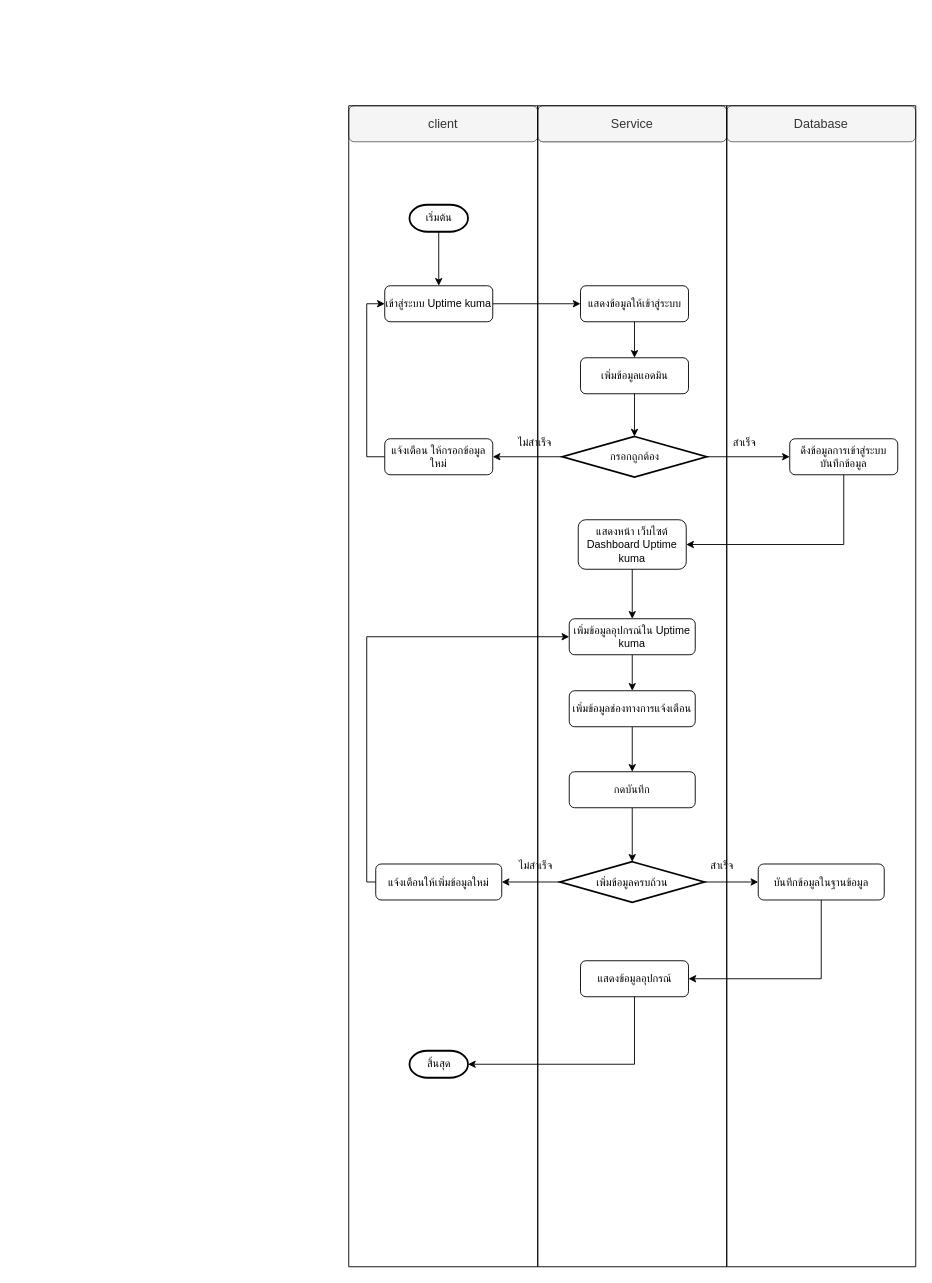
Monaphat374/Sequence_project374 keeps this draw.io diagram as page "flowchart-01" (11 of 12) of Diagram.drawio. Above is the earlier version. Source tidied: cells renumbered, new cells numbered last; positions are measured from the earlier drawing's top-left corner, leaving out a move shared by most shapes. Both pictures are drawn from the tidied source at 90%, with x=0, y=0 at pixel (348, 105).
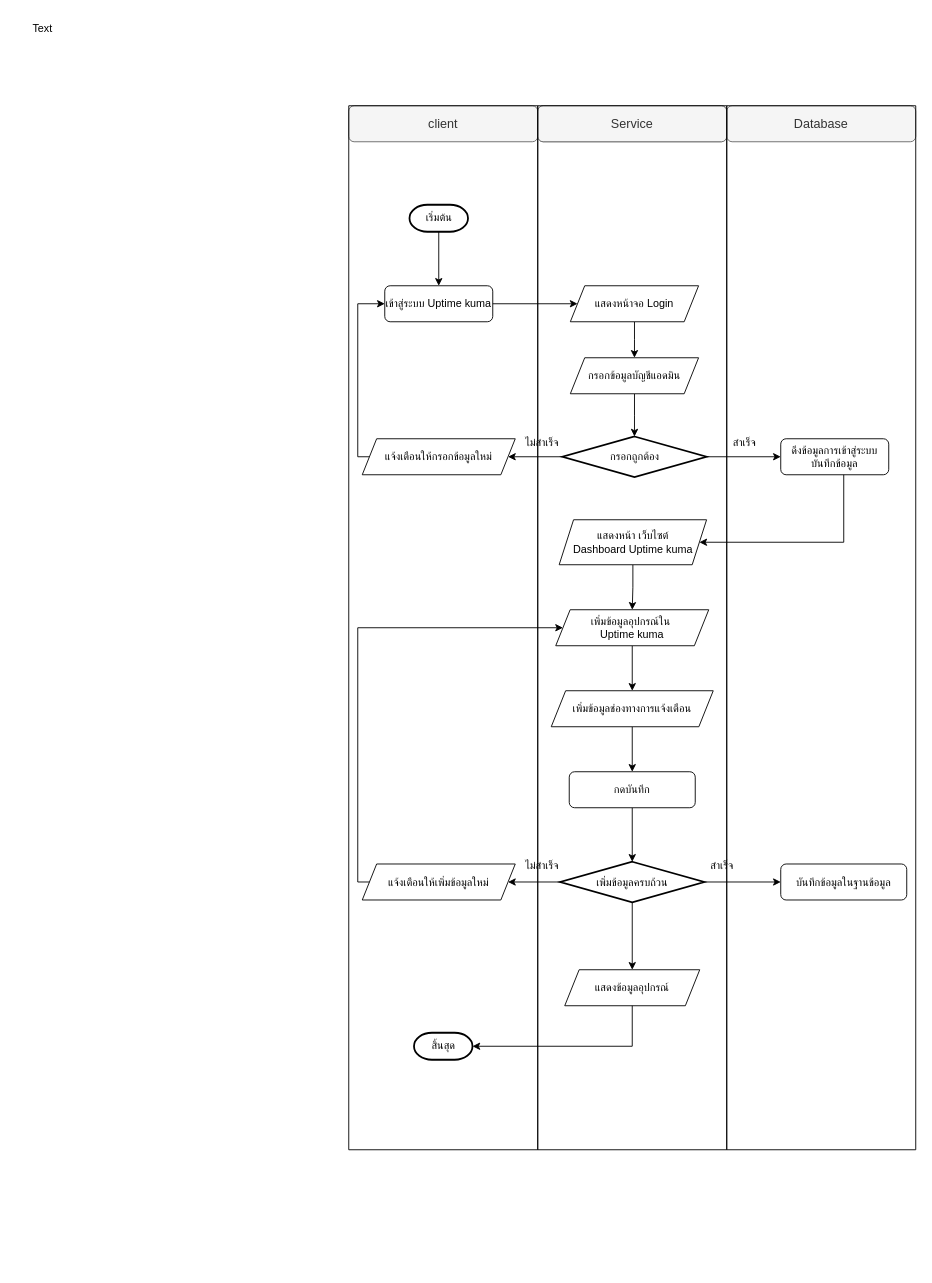
The same diagram, later.

Unchanged cells that the change refers to:
```xml
<mxCell id="9" value="กรอกถูกต้อง" style="strokeWidth=2;html=1;shape=mxgraph.flowchart.decision;whiteSpace=wrap;" parent="6" vertex="1">
  <mxGeometry x="27.5" y="367.5" width="160" height="45" as="geometry" />
</mxCell>
<mxCell id="36" value="เข้าสู่ระบบ Uptime kuma" style="rounded=1;whiteSpace=wrap;html=1;" parent="31" vertex="1">
  <mxGeometry x="40" y="200" width="120" height="40" as="geometry" />
</mxCell>
```

What changed in the source:
```diff
@@
     <mxCell id="6" style="swimlane;startSize=0;strokeColor=light-dark(#000000,#000000);" parent="1" vertex="1">
-      <mxGeometry x="210" width="210" height="1290" as="geometry" />
+      <mxGeometry x="210" width="210" height="1160" as="geometry" />
     </mxCell>
-    <mxCell id="7" style="edgeStyle=orthogonalEdgeStyle;rounded=0;jettySize=auto;html=1;entryX=0.5;entryY=0;entryDx=0;entryDy=0;" parent="6" edge="1" source="8" target="15">
-      <mxGeometry relative="1" as="geometry" />
-    </mxCell>
-    <mxCell id="8" value="แสดงข้อมูลให้เข้าสู่ระบบ" style="rounded=1;whiteSpace=wrap;html=1;" parent="6" vertex="1">
-      <mxGeometry x="47.5" y="200" width="120" height="40" as="geometry" />
-    </mxCell>
@@
-    <mxCell id="10" value="แสดงข้อมูลอุปกรณ์" style="rounded=1;whiteSpace=wrap;html=1;" parent="6" vertex="1">
-      <mxGeometry x="47.5" y="950" width="120" height="40" as="geometry" />
-    </mxCell>
-    <mxCell id="11" value="แสดงหน้า เว็บไซต์&lt;div&gt;Dashboard Uptime kuma&lt;/div&gt;" style="rounded=1;whiteSpace=wrap;html=1;" parent="6" vertex="1">
-      <mxGeometry x="45" y="460" width="120" height="55" as="geometry" />
-    </mxCell>
+    <mxCell id="19" style="edgeStyle=orthogonalEdgeStyle;rounded=0;jettySize=auto;html=1;exitX=0.5;exitY=1;exitDx=0;exitDy=0;" parent="6" edge="1" source="20" target="21">
+      <mxGeometry relative="1" as="geometry" />
+    </mxCell>
+    <mxCell id="20" value="กดบันทึก" style="rounded=1;whiteSpace=wrap;html=1;" parent="6" vertex="1">
+      <mxGeometry x="35" y="740" width="140" height="40" as="geometry" />
+    </mxCell>
+    <mxCell id="46" style="edgeStyle=orthogonalEdgeStyle;rounded=0;jettySize=auto;html=1;entryX=0.5;entryY=0;entryDx=0;entryDy=0;" parent="6" edge="1" source="21" target="10">
+      <mxGeometry relative="1" as="geometry" />
+    </mxCell>
+    <mxCell id="21" value="เพิ่มข้อมูลครบถ้วน" style="strokeWidth=2;html=1;shape=mxgraph.flowchart.decision;whiteSpace=wrap;" parent="6" vertex="1">
+      <mxGeometry x="25" y="840" width="160" height="45" as="geometry" />
+    </mxCell>
+    <mxCell id="22" value="สำเร็จ" style="text;html=1;whiteSpace=wrap;strokeColor=none;fillColor=none;align=center;verticalAlign=middle;rounded=0;" parent="6" vertex="1">
+      <mxGeometry x="175" y="830" width="60" height="30" as="geometry" />
+    </mxCell>
+    <mxCell id="47" style="edgeStyle=orthogonalEdgeStyle;rounded=0;jettySize=auto;html=1;" parent="6" edge="1" source="48" target="9">
+      <mxGeometry relative="1" as="geometry" />
+    </mxCell>
+    <mxCell id="48" value="กรอกข้อมูลบัญชีแอดมิน" style="shape=parallelogram;perimeter=parallelogramPerimeter;whiteSpace=wrap;html=1;fixedSize=1;arcSize=25;size=16;" parent="6" vertex="1">
+      <mxGeometry x="36.2" y="280" width="142.5" height="40" as="geometry" />
+    </mxCell>
-    <mxCell id="12" style="edgeStyle=orthogonalEdgeStyle;rounded=0;jettySize=auto;html=1;entryX=0.5;entryY=0;entryDx=0;entryDy=0;" parent="6" edge="1" source="13" target="18">
+    <mxCell id="12" style="edgeStyle=orthogonalEdgeStyle;rounded=0;jettySize=auto;html=1;" parent="6" edge="1" source="13" target="18">
       <mxGeometry relative="1" as="geometry" />
     </mxCell>
-    <mxCell id="13" value="เพิ่มข้อมูลอุปกรณ์ใน Uptime kuma" style="rounded=1;whiteSpace=wrap;html=1;" parent="6" vertex="1">
-      <mxGeometry x="35" y="570" width="140" height="40" as="geometry" />
+    <mxCell id="13" value="เพิ่มข้อมูลอุปกรณ์ใน&amp;nbsp;&lt;div&gt;Uptime kuma&lt;/div&gt;" style="shape=parallelogram;perimeter=parallelogramPerimeter;whiteSpace=wrap;html=1;fixedSize=1;arcSize=25;size=16;" parent="6" vertex="1">
+      <mxGeometry x="20" y="560" width="170" height="40" as="geometry" />
     </mxCell>
-    <mxCell id="14" style="edgeStyle=orthogonalEdgeStyle;rounded=0;jettySize=auto;html=1;exitX=0.5;exitY=1;exitDx=0;exitDy=0;entryX=0.5;entryY=0;entryDx=0;entryDy=0;" parent="6" edge="1" source="11" target="13">
-      <mxGeometry relative="1" as="geometry" />
-    </mxCell>
-    <mxCell id="15" value="เพิ่มข้อมูลแอดมิน" style="rounded=1;whiteSpace=wrap;html=1;" parent="6" vertex="1">
-      <mxGeometry x="47.5" y="280" width="120" height="40" as="geometry" />
-    </mxCell>
-    <mxCell id="16" style="edgeStyle=orthogonalEdgeStyle;rounded=0;jettySize=auto;html=1;entryX=0.5;entryY=0;entryDx=0;entryDy=0;entryPerimeter=0;" parent="6" edge="1" source="15" target="9">
-      <mxGeometry relative="1" as="geometry" />
-    </mxCell>
-    <mxCell id="17" style="edgeStyle=orthogonalEdgeStyle;rounded=0;jettySize=auto;html=1;exitX=0.5;exitY=1;exitDx=0;exitDy=0;entryX=0.5;entryY=0;entryDx=0;entryDy=0;" parent="6" edge="1" source="18" target="20">
+    <mxCell id="17" style="edgeStyle=orthogonalEdgeStyle;rounded=0;jettySize=auto;html=1;entryX=0.5;entryY=0;entryDx=0;entryDy=0;" parent="6" edge="1" source="18" target="20">
       <mxGeometry relative="1" as="geometry" />
     </mxCell>
-    <mxCell id="18" value="เพิ่มข้อมูลช่องทางการแจ้งเตือน" style="rounded=1;whiteSpace=wrap;html=1;" parent="6" vertex="1">
-      <mxGeometry x="35" y="650" width="140" height="40" as="geometry" />
+    <mxCell id="18" value="เพิ่มข้อมูลช่องทางการแจ้งเตือน" style="shape=parallelogram;perimeter=parallelogramPerimeter;whiteSpace=wrap;html=1;fixedSize=1;arcSize=25;size=16;" parent="6" vertex="1">
+      <mxGeometry x="15" y="650" width="180" height="40" as="geometry" />
     </mxCell>
-    <mxCell id="19" style="edgeStyle=orthogonalEdgeStyle;rounded=0;jettySize=auto;html=1;exitX=0.5;exitY=1;exitDx=0;exitDy=0;" parent="6" edge="1" source="20" target="21">
-      <mxGeometry relative="1" as="geometry" />
-    </mxCell>
-    <mxCell id="20" value="กดบันทึก" style="rounded=1;whiteSpace=wrap;html=1;" parent="6" vertex="1">
-      <mxGeometry x="35" y="740" width="140" height="40" as="geometry" />
-    </mxCell>
-    <mxCell id="21" value="เพิ่มข้อมูลครบถ้วน" style="strokeWidth=2;html=1;shape=mxgraph.flowchart.decision;whiteSpace=wrap;" parent="6" vertex="1">
-      <mxGeometry x="25" y="840" width="160" height="45" as="geometry" />
-    </mxCell>
-    <mxCell id="22" value="สำเร็จ" style="text;html=1;whiteSpace=wrap;strokeColor=none;fillColor=none;align=center;verticalAlign=middle;rounded=0;" parent="6" vertex="1">
-      <mxGeometry x="175" y="830" width="60" height="30" as="geometry" />
-    </mxCell>
-    <mxCell id="23" value="ไม่สำเร็จ" style="text;html=1;whiteSpace=wrap;strokeColor=none;fillColor=none;align=center;verticalAlign=middle;rounded=0;" parent="6" vertex="1">
-      <mxGeometry x="-32.5" y="830" width="60" height="30" as="geometry" />
-    </mxCell>
-    <mxCell id="24" style="swimlane;startSize=0;strokeColor=light-dark(#000000,#000000);" parent="6" vertex="1">
-      <mxGeometry x="210" width="210" height="1290" as="geometry" />
-    </mxCell>
-    <mxCell id="25" value="ดึงข้อมูลการเข้าสู่ระบบ&lt;div&gt;บันทึกข้อมูล&lt;/div&gt;" style="rounded=1;whiteSpace=wrap;html=1;" parent="24" vertex="1">
-      <mxGeometry x="70" y="370" width="120" height="40" as="geometry" />
-    </mxCell>
-    <mxCell id="26" value="บันทึกข้อมูลในฐานข้อมูล" style="rounded=1;whiteSpace=wrap;html=1;" parent="24" vertex="1">
-      <mxGeometry x="35" y="842.5" width="140" height="40" as="geometry" />
-    </mxCell>
-    <mxCell id="27" style="edgeStyle=orthogonalEdgeStyle;rounded=0;jettySize=auto;html=1;entryX=0;entryY=0.5;entryDx=0;entryDy=0;" parent="6" edge="1" source="9" target="25">
-      <mxGeometry relative="1" as="geometry" />
-    </mxCell>
-    <mxCell id="28" style="edgeStyle=orthogonalEdgeStyle;rounded=0;jettySize=auto;html=1;entryX=1;entryY=0.5;entryDx=0;entryDy=0;" parent="6" edge="1" source="25" target="11">
-      <mxGeometry relative="1" as="geometry">
-        <Array as="points">
-          <mxPoint x="340" y="487" />
-        </Array>
-      </mxGeometry>
-    </mxCell>
-    <mxCell id="29" style="edgeStyle=orthogonalEdgeStyle;rounded=0;jettySize=auto;html=1;entryX=0;entryY=0.5;entryDx=0;entryDy=0;" parent="6" edge="1" source="21" target="26">
-      <mxGeometry relative="1" as="geometry" />
-    </mxCell>
-    <mxCell id="30" style="edgeStyle=orthogonalEdgeStyle;rounded=0;jettySize=auto;html=1;entryX=1;entryY=0.5;entryDx=0;entryDy=0;" parent="6" edge="1" source="26" target="10">
-      <mxGeometry relative="1" as="geometry">
-        <Array as="points">
-          <mxPoint x="315" y="970" />
-        </Array>
-      </mxGeometry>
-    </mxCell>
+    <mxCell id="49" style="edgeStyle=orthogonalEdgeStyle;rounded=0;jettySize=auto;html=1;entryX=0.5;entryY=0;entryDx=0;entryDy=0;" parent="6" edge="1" source="50" target="48">
+      <mxGeometry relative="1" as="geometry" />
+    </mxCell>
+    <mxCell id="50" value="แสดงหน้าจอ Login" style="shape=parallelogram;perimeter=parallelogramPerimeter;whiteSpace=wrap;html=1;fixedSize=1;arcSize=25;size=16;" parent="6" vertex="1">
+      <mxGeometry x="36.2" y="200" width="142.5" height="40" as="geometry" />
+    </mxCell>
+    <mxCell id="14" style="edgeStyle=orthogonalEdgeStyle;rounded=0;jettySize=auto;html=1;entryX=0.5;entryY=0;entryDx=0;entryDy=0;" parent="6" edge="1" source="11" target="13">
+      <mxGeometry relative="1" as="geometry" />
+    </mxCell>
+    <mxCell id="11" value="แสดงหน้า เว็บไซต์&lt;div&gt;Dashboard Uptime kuma&lt;/div&gt;" style="shape=parallelogram;perimeter=parallelogramPerimeter;whiteSpace=wrap;html=1;fixedSize=1;arcSize=25;size=16;" parent="6" vertex="1">
+      <mxGeometry x="23.8" y="460" width="163.8" height="50" as="geometry" />
+    </mxCell>
+    <mxCell id="10" value="แสดงข้อมูลอุปกรณ์" style="shape=parallelogram;perimeter=parallelogramPerimeter;whiteSpace=wrap;html=1;fixedSize=1;arcSize=25;size=16;" parent="6" vertex="1">
+      <mxGeometry x="30" y="960" width="150" height="40" as="geometry" />
+    </mxCell>
     <mxCell id="31" style="swimlane;startSize=0;strokeColor=light-dark(#000000,#000000);" parent="1" vertex="1">
-      <mxGeometry width="210" height="1290" as="geometry" />
+      <mxGeometry width="210" height="1160" as="geometry" />
     </mxCell>
-    <mxCell id="32" style="edgeStyle=orthogonalEdgeStyle;rounded=0;jettySize=auto;html=1;entryX=0;entryY=0.5;entryDx=0;entryDy=0;" parent="31" edge="1" source="33" target="36">
-      <mxGeometry relative="1" as="geometry">
-        <Array as="points">
-          <mxPoint x="20" y="390" />
-          <mxPoint x="20" y="220" />
-        </Array>
-      </mxGeometry>
-    </mxCell>
-    <mxCell id="33" value="แจ้งเตือน ให้กรอกข้อมูลใหม่" style="rounded=1;whiteSpace=wrap;html=1;" parent="31" vertex="1">
-      <mxGeometry x="40" y="370" width="120" height="40" as="geometry" />
-    </mxCell>
@@
+    <mxCell id="39" value="สิ้นสุด" style="strokeWidth=2;html=1;shape=mxgraph.flowchart.terminator;whiteSpace=wrap;" parent="31" vertex="1">
+      <mxGeometry x="72.5" y="1030" width="65" height="30" as="geometry" />
+    </mxCell>
+    <mxCell id="51" style="edgeStyle=orthogonalEdgeStyle;rounded=0;jettySize=auto;html=1;entryX=0;entryY=0.5;entryDx=0;entryDy=0;" parent="31" edge="1" source="52" target="36">
+      <mxGeometry relative="1" as="geometry">
+        <Array as="points">
+          <mxPoint x="10" y="390" />
+          <mxPoint x="10" y="220" />
+        </Array>
+      </mxGeometry>
+    </mxCell>
+    <mxCell id="52" value="แจ้งเตือนให้กรอกข้อมูลใหม่" style="shape=parallelogram;perimeter=parallelogramPerimeter;whiteSpace=wrap;html=1;fixedSize=1;arcSize=25;size=16;" parent="31" vertex="1">
+      <mxGeometry x="15" y="370" width="170" height="40" as="geometry" />
+    </mxCell>
     <mxCell id="37" value="ไม่สำเร็จ" style="text;html=1;whiteSpace=wrap;strokeColor=none;fillColor=none;align=center;verticalAlign=middle;rounded=0;" parent="31" vertex="1">
-      <mxGeometry x="176.7" y="360" width="60" height="30" as="geometry" />
+      <mxGeometry x="185" y="360" width="60" height="30" as="geometry" />
     </mxCell>
-    <mxCell id="38" value="แจ้งเตือนให้เพิ่มข้อมูลใหม่" style="rounded=1;whiteSpace=wrap;html=1;" parent="31" vertex="1">
-      <mxGeometry x="30" y="842.5" width="140" height="40" as="geometry" />
+    <mxCell id="38" value="แจ้งเตือนให้เพิ่มข้อมูลใหม่" style="shape=parallelogram;perimeter=parallelogramPerimeter;whiteSpace=wrap;html=1;fixedSize=1;arcSize=25;size=16;" parent="31" vertex="1">
+      <mxGeometry x="15" y="842.5" width="170" height="40" as="geometry" />
     </mxCell>
-    <mxCell id="39" value="สิ้นสุด" style="strokeWidth=2;html=1;shape=mxgraph.flowchart.terminator;whiteSpace=wrap;" parent="31" vertex="1">
-      <mxGeometry x="67.5" y="1050" width="65" height="30" as="geometry" />
-    </mxCell>
-    <mxCell id="40" style="edgeStyle=orthogonalEdgeStyle;rounded=0;jettySize=auto;html=1;entryX=1;entryY=0.5;entryDx=0;entryDy=0;" parent="1" edge="1" source="9" target="33">
-      <mxGeometry relative="1" as="geometry" />
-    </mxCell>
-    <mxCell id="41" style="edgeStyle=orthogonalEdgeStyle;rounded=0;jettySize=auto;html=1;entryX=0;entryY=0.5;entryDx=0;entryDy=0;" parent="1" edge="1" source="36" target="8">
-      <mxGeometry relative="1" as="geometry" />
-    </mxCell>
+    <mxCell id="23" value="ไม่สำเร็จ" style="text;html=1;whiteSpace=wrap;strokeColor=none;fillColor=none;align=center;verticalAlign=middle;rounded=0;" parent="31" vertex="1">
+      <mxGeometry x="185" y="830" width="60" height="30" as="geometry" />
+    </mxCell>
@@
+    <mxCell id="53" style="edgeStyle=orthogonalEdgeStyle;rounded=0;jettySize=auto;html=1;entryX=1;entryY=0.5;entryDx=0;entryDy=0;" parent="1" edge="1" source="9" target="52">
+      <mxGeometry relative="1" as="geometry" />
+    </mxCell>
@@
     <mxCell id="44" style="edgeStyle=orthogonalEdgeStyle;rounded=0;jettySize=auto;html=1;entryX=0;entryY=0.5;entryDx=0;entryDy=0;" parent="1" edge="1" source="38" target="13">
       <mxGeometry relative="1" as="geometry">
         <Array as="points">
-          <mxPoint x="20" y="862" />
-          <mxPoint x="20" y="590" />
+          <mxPoint x="10" y="863" />
+          <mxPoint x="10" y="580" />
         </Array>
       </mxGeometry>
     </mxCell>
+    <mxCell id="54" style="edgeStyle=orthogonalEdgeStyle;rounded=0;jettySize=auto;html=1;" parent="1" edge="1" source="36" target="50">
+      <mxGeometry relative="1" as="geometry" />
+    </mxCell>
     <mxCell id="45" style="edgeStyle=orthogonalEdgeStyle;rounded=0;jettySize=auto;html=1;entryX=1;entryY=0.5;entryDx=0;entryDy=0;entryPerimeter=0;" parent="1" edge="1" source="10" target="39">
       <mxGeometry relative="1" as="geometry">
         <Array as="points">
-          <mxPoint x="317" y="1065" />
+          <mxPoint x="315" y="1045" />
         </Array>
       </mxGeometry>
     </mxCell>
+    <mxCell id="55" value="Text" style="text;html=1;whiteSpace=wrap;strokeColor=none;fillColor=none;align=center;verticalAlign=middle;rounded=0;" parent="1" vertex="1">
+      <mxGeometry x="-370" y="-100" width="60" height="30" as="geometry" />
+    </mxCell>
+    <mxCell id="56" style="swimlane;startSize=0;strokeColor=light-dark(#000000,#000000);" parent="1" vertex="1">
+      <mxGeometry x="420" width="210" height="1160" as="geometry" />
+    </mxCell>
+    <mxCell id="26" value="บันทึกข้อมูลในฐานข้อมูล" style="rounded=1;whiteSpace=wrap;html=1;" parent="56" vertex="1">
+      <mxGeometry x="60" y="842.5" width="140" height="40" as="geometry" />
+    </mxCell>
+    <mxCell id="25" value="ดึงข้อมูลการเข้าสู่ระบบ&lt;div&gt;บันทึกข้อมูล&lt;/div&gt;" style="rounded=1;whiteSpace=wrap;html=1;" parent="56" vertex="1">
+      <mxGeometry x="60" y="370" width="120" height="40" as="geometry" />
+    </mxCell>
+    <mxCell id="29" style="edgeStyle=orthogonalEdgeStyle;rounded=0;jettySize=auto;html=1;entryX=0;entryY=0.5;entryDx=0;entryDy=0;" parent="1" edge="1" source="21" target="26">
+      <mxGeometry relative="1" as="geometry" />
+    </mxCell>
+    <mxCell id="27" style="edgeStyle=orthogonalEdgeStyle;rounded=0;jettySize=auto;html=1;entryX=0;entryY=0.5;entryDx=0;entryDy=0;" parent="1" edge="1" source="9" target="25">
+      <mxGeometry relative="1" as="geometry" />
+    </mxCell>
+    <mxCell id="28" style="edgeStyle=orthogonalEdgeStyle;rounded=0;jettySize=auto;html=1;entryX=1;entryY=0.5;entryDx=0;entryDy=0;" parent="1" edge="1" source="25" target="11">
+      <mxGeometry relative="1" as="geometry">
+        <Array as="points">
+          <mxPoint x="550" y="485" />
+        </Array>
+      </mxGeometry>
+    </mxCell>
```
